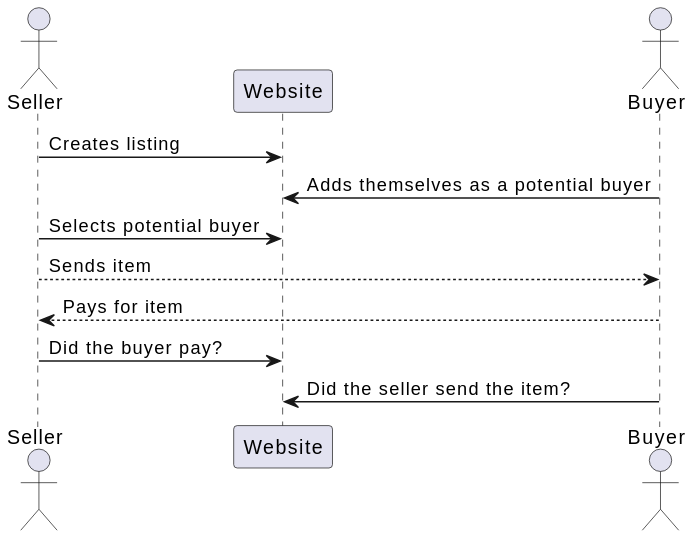
joujalava/reputation-based-marketplace-for-a-game-poc keeps this PlantUML diagram as seller & buyer sequence.svg. Above is the earlier version.
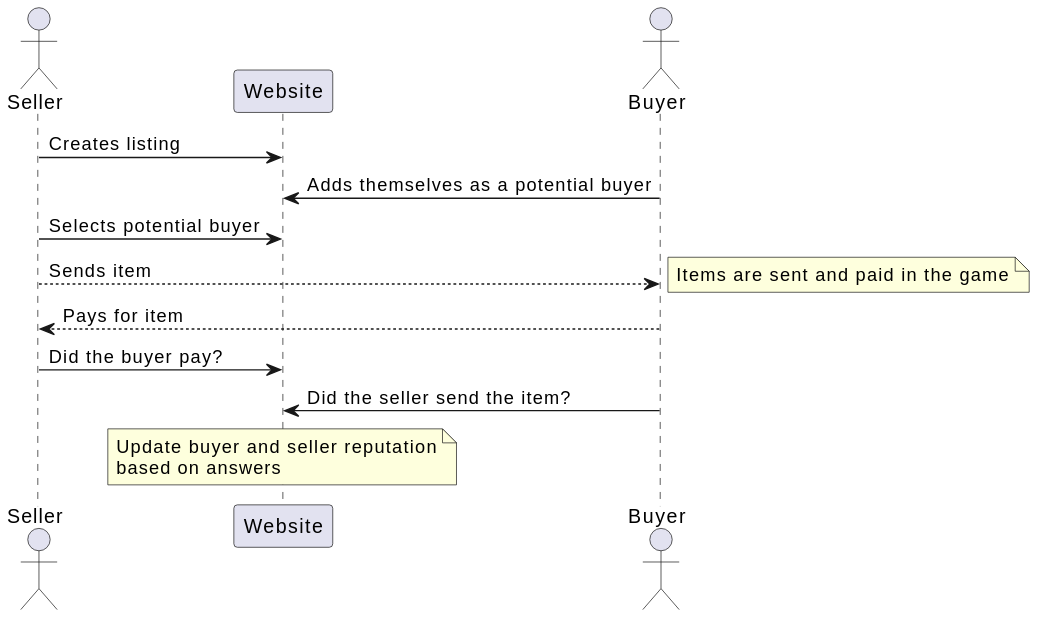
The same file after the commit.

What changed in the source:
```diff
@@ -7,7 +7,14 @@
 Buyer -> Website: Adds themselves as a potential buyer
 Seller -> Website: Selects potential buyer
 Seller --> Buyer: Sends item
+note right
+  Items are sent and paid in the game
+end note
 Buyer --> Seller: Pays for item
 Seller -> Website: Did the buyer pay?
 Buyer -> Website: Did the seller send the item?
+note over Website
+  Update buyer and seller reputation
+  based on answers
+end note
 @enduml
```
